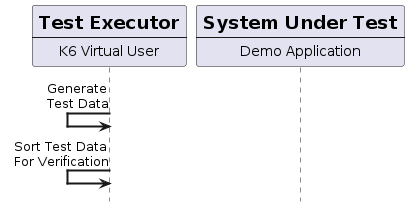
Before: k6-tests/diagrams/generated/sorting-test.png, a diagram exported from PlantUML (latusikl/native-image-demo). Source of this version:
```plantuml
@startuml sorting-test
skinparam sequenceArrowThickness 2
skinparam responseMessageBelowArrow true
hide footbox


participant exec[
    = Test Executor
    ----
    K6 Virtual User
]

participant sut [
    = System Under Test
    ----
    Demo Application
]



exec <- exec: Generate\nTest Data
exec <- exec: Sort Test Data\nFor Verification



@enduml
```
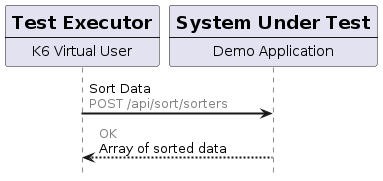
Above is the later version.

Commit message:
Generate PNG for diagrams

What changed in the source:
```diff
@@ -2,7 +2,6 @@
 skinparam sequenceArrowThickness 2
 skinparam responseMessageBelowArrow true
 hide footbox
-
 
 participant exec[
     = Test Executor
@@ -16,11 +15,7 @@
     Demo Application
 ]
 
-
-
-exec <- exec: Generate\nTest Data
-exec <- exec: Sort Test Data\nFor Verification
-
-
+exec -> sut: Sort Data \n<color:gray>POST /api/sort/sorters</color>
+sut --> exec: <color:gray>OK</color>\nArray of sorted data
 
 @enduml
```
